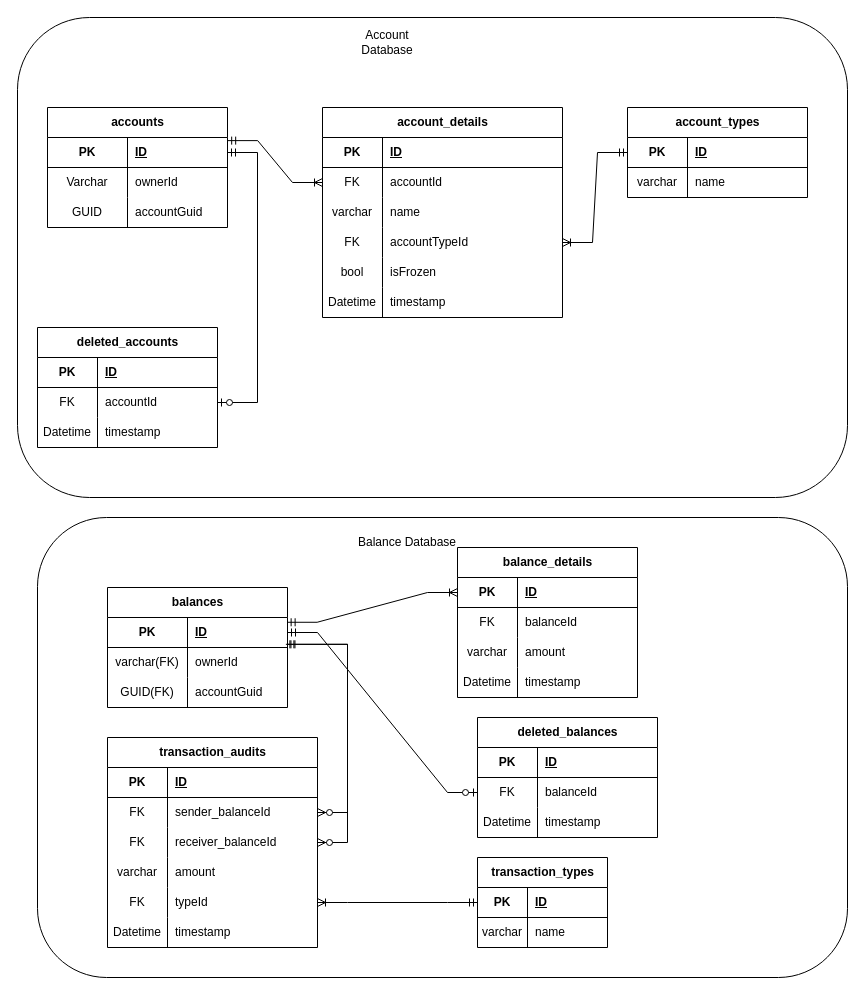
Team-HABO/habo-banking keeps this draw.io diagram as docs/diagrams/er-diagrams.drawio. Above is the earlier version. Source tidied: cells renumbered, new cells numbered last; positions are measured from the earlier drawing's top-left corner, leaving out a move shared by most shapes. Both pictures are drawn from the tidied source at 100%, with x=0, y=0 at pixel (17, 17).
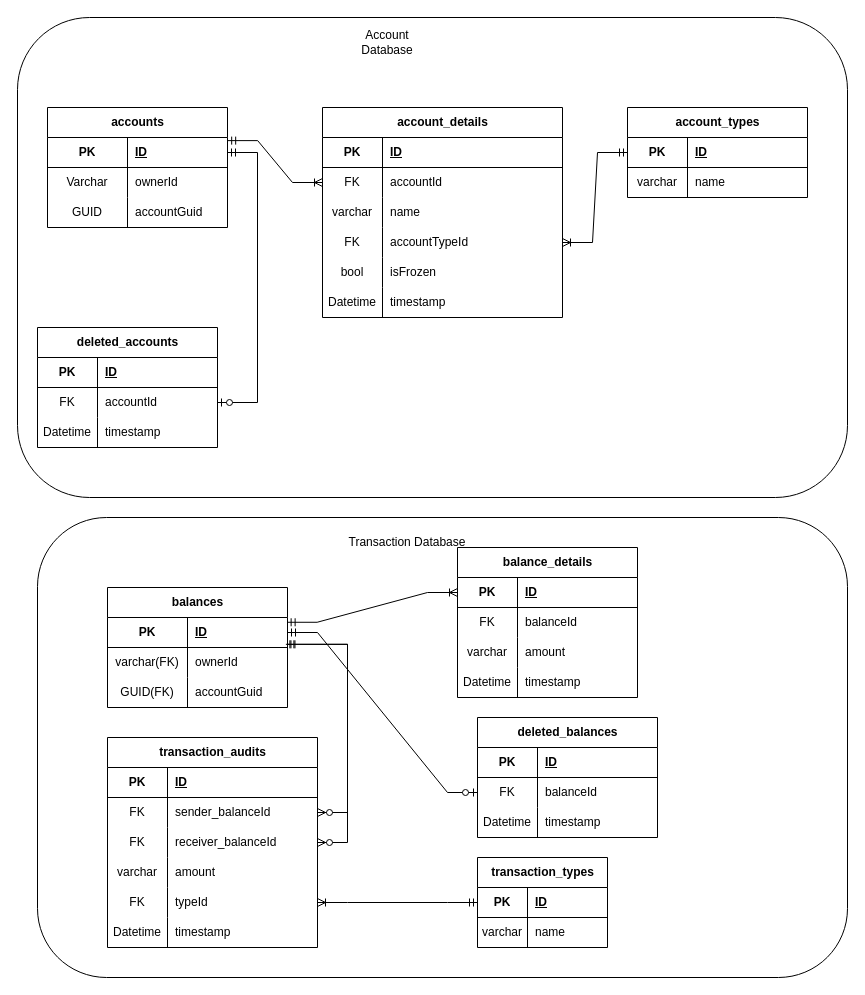
After the change.

The edit, as a diff of the source:
```diff
@@
-    <mxCell id="103" value="Balance Database" style="text;html=1;whiteSpace=wrap;strokeColor=none;fillColor=none;align=center;verticalAlign=middle;rounded=0;" parent="1" vertex="1">
+    <mxCell id="103" value="Transaction Database" style="text;html=1;whiteSpace=wrap;strokeColor=none;fillColor=none;align=center;verticalAlign=middle;rounded=0;" parent="1" vertex="1">
       <mxGeometry x="330" y="510" width="120" height="30" as="geometry" />
     </mxCell>
```
